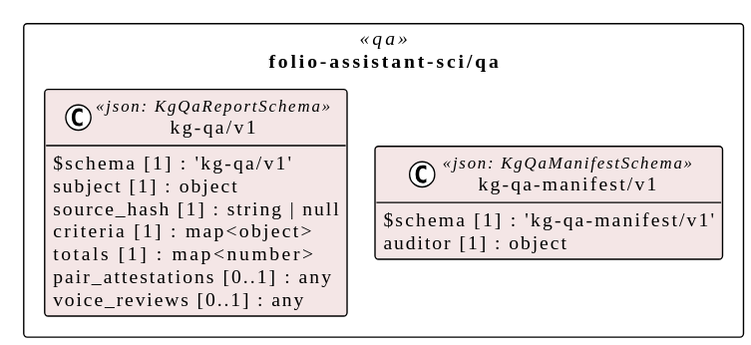
This is assets/img/uml/overview/folio-assistant-sci/qa.svg from litlfred/smart-trust, a PlantUML export, as it was before one commit. Its diagram source:
```plantuml
@startuml
!pragma layout elk
!theme plain
skinparam classAttributeIconSize 0
skinparam shadowing false
skinparam packageStyle rectangle
hide empty methods

package "folio-assistant-sci/qa" as pkg_folio_assistant_sci_qa <<qa>> {
  class "kg-qa/v1" as folio_assistant_sci_qa_kg_qa_v1_kg_qa_v1 <<json: KgQaReportSchema>> #f4e6e6 {
    $schema [1] : 'kg-qa/v1'
    subject [1] : object
    source_hash [1] : string | null
    criteria [1] : map<object>
    totals [1] : map<number>
    pair_attestations [0..1] : any
    voice_reviews [0..1] : any
  }
  class "kg-qa-manifest/v1" as folio_assistant_sci_qa_kg_qa_manifest_v1_kg_qa_manifest_v1 <<json: KgQaManifestSchema>> #f4e6e6 {
    $schema [1] : 'kg-qa-manifest/v1'
    auditor [1] : object
  }
}
@enduml
```
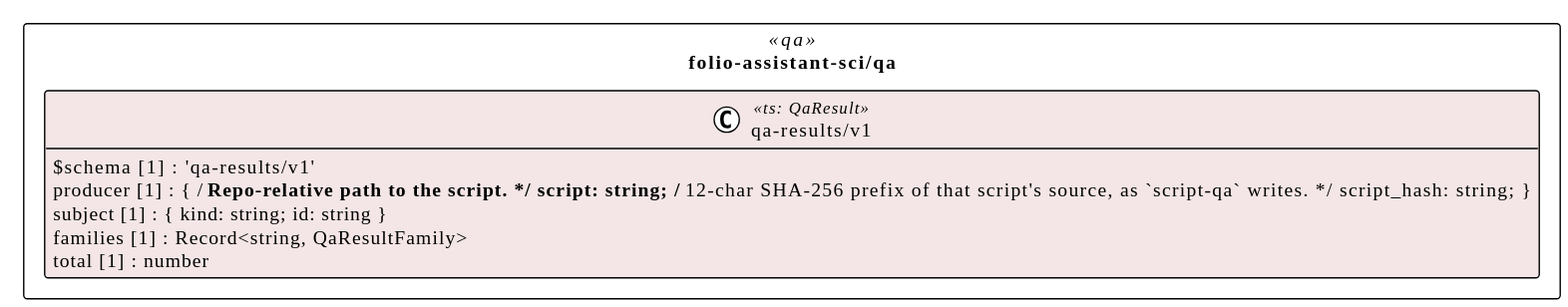
After the change.

The edit, as a diff of the source:
```diff
@@ -7,18 +7,12 @@
 hide empty methods
 
 package "folio-assistant-sci/qa" as pkg_folio_assistant_sci_qa <<qa>> {
-  class "kg-qa/v1" as folio_assistant_sci_qa_kg_qa_v1_kg_qa_v1 <<json: KgQaReportSchema>> #f4e6e6 {
-    $schema [1] : 'kg-qa/v1'
-    subject [1] : object
-    source_hash [1] : string | null
-    criteria [1] : map<object>
-    totals [1] : map<number>
-    pair_attestations [0..1] : any
-    voice_reviews [0..1] : any
-  }
-  class "kg-qa-manifest/v1" as folio_assistant_sci_qa_kg_qa_manifest_v1_kg_qa_manifest_v1 <<json: KgQaManifestSchema>> #f4e6e6 {
-    $schema [1] : 'kg-qa-manifest/v1'
-    auditor [1] : object
+  class "qa-results/v1" as folio_assistant_sci_qa_qa_results_v1 <<ts: QaResult>> #f4e6e6 {
+    $schema [1] : 'qa-results/v1'
+    producer [1] : { /** Repo-relative path to the script. */ script: string; /** 12-char SHA-256 prefix of that script's source, as `script-qa` writes. */ script_hash: string; }
+    subject [1] : { kind: string; id: string }
+    families [1] : Record<string, QaResultFamily>
+    total [1] : number
   }
 }
 @enduml
```
